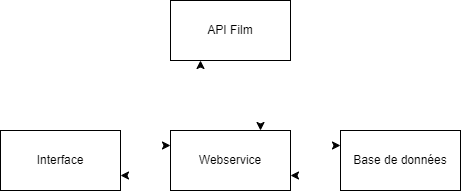
Earlier version of the draw.io export info_projet/schéma_base.drawio.png (AlexandreBidon/demo-projet-info). Source tidied: cells renumbered, new cells last; positions are measured from the earlier drawing's top-left corner, leaving out a move shared by most shapes. Source of this version:
```xml
<mxGraphModel>
  <root>
    <mxCell id="0" />
    <mxCell id="1" parent="0" />
    <mxCell id="2" style="edgeStyle=orthogonalEdgeStyle;rounded=0;jettySize=auto;html=1;exitX=1;exitY=0.25;exitDx=0;exitDy=0;entryX=0;entryY=0.25;entryDx=0;entryDy=0;" parent="1" edge="1" source="3" target="7">
      <mxGeometry relative="1" as="geometry" />
    </mxCell>
    <mxCell id="3" value="Interface" style="rounded=0;whiteSpace=wrap;html=1;" parent="1" vertex="1">
      <mxGeometry y="130" width="120" height="60" as="geometry" />
    </mxCell>
    <mxCell id="4" style="edgeStyle=orthogonalEdgeStyle;rounded=0;jettySize=auto;html=1;exitX=0.25;exitY=0;exitDx=0;exitDy=0;entryX=0.25;entryY=1;entryDx=0;entryDy=0;" parent="1" edge="1" source="7" target="9">
      <mxGeometry relative="1" as="geometry" />
    </mxCell>
    <mxCell id="5" style="edgeStyle=orthogonalEdgeStyle;rounded=0;jettySize=auto;html=1;exitX=0;exitY=0.75;exitDx=0;exitDy=0;entryX=1;entryY=0.75;entryDx=0;entryDy=0;" parent="1" edge="1" source="7" target="3">
      <mxGeometry relative="1" as="geometry" />
    </mxCell>
    <mxCell id="6" style="edgeStyle=orthogonalEdgeStyle;rounded=0;jettySize=auto;html=1;exitX=1;exitY=0.25;exitDx=0;exitDy=0;entryX=0;entryY=0.25;entryDx=0;entryDy=0;" parent="1" edge="1" source="7" target="11">
      <mxGeometry relative="1" as="geometry" />
    </mxCell>
    <mxCell id="7" value="Webservice" style="rounded=0;whiteSpace=wrap;html=1;" parent="1" vertex="1">
      <mxGeometry x="170" y="130" width="120" height="60" as="geometry" />
    </mxCell>
    <mxCell id="8" style="edgeStyle=orthogonalEdgeStyle;rounded=0;jettySize=auto;html=1;exitX=0.75;exitY=1;exitDx=0;exitDy=0;entryX=0.75;entryY=0;entryDx=0;entryDy=0;" parent="1" edge="1" source="9" target="7">
      <mxGeometry relative="1" as="geometry" />
    </mxCell>
    <mxCell id="9" value="API Film" style="rounded=0;whiteSpace=wrap;html=1;" parent="1" vertex="1">
      <mxGeometry x="170" width="120" height="60" as="geometry" />
    </mxCell>
    <mxCell id="10" style="edgeStyle=orthogonalEdgeStyle;rounded=0;jettySize=auto;html=1;exitX=0;exitY=0.75;exitDx=0;exitDy=0;entryX=1;entryY=0.75;entryDx=0;entryDy=0;" parent="1" edge="1" source="11" target="7">
      <mxGeometry relative="1" as="geometry" />
    </mxCell>
    <mxCell id="11" value="Base de données" style="rounded=0;whiteSpace=wrap;html=1;" parent="1" vertex="1">
      <mxGeometry x="340" y="130" width="120" height="60" as="geometry" />
    </mxCell>
  </root>
</mxGraphModel>
```
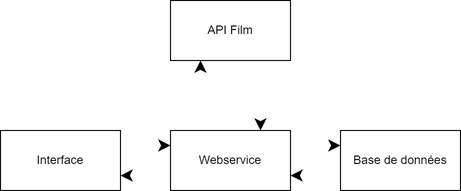
After the change.

Change to the diagram source:
```diff
@@ -2,31 +2,31 @@
   <root>
     <mxCell id="0" />
     <mxCell id="1" parent="0" />
-    <mxCell id="2" style="edgeStyle=orthogonalEdgeStyle;rounded=0;jettySize=auto;html=1;exitX=1;exitY=0.25;exitDx=0;exitDy=0;entryX=0;entryY=0.25;entryDx=0;entryDy=0;" parent="1" edge="1" source="3" target="7">
+    <mxCell id="2" style="edgeStyle=orthogonalEdgeStyle;rounded=0;jettySize=auto;html=1;exitX=1;exitY=0.25;exitDx=0;exitDy=0;entryX=0;entryY=0.25;entryDx=0;entryDy=0;strokeWidth=2;" parent="1" edge="1" source="3" target="7">
       <mxGeometry relative="1" as="geometry" />
     </mxCell>
     <mxCell id="3" value="Interface" style="rounded=0;whiteSpace=wrap;html=1;" parent="1" vertex="1">
       <mxGeometry y="130" width="120" height="60" as="geometry" />
     </mxCell>
-    <mxCell id="4" style="edgeStyle=orthogonalEdgeStyle;rounded=0;jettySize=auto;html=1;exitX=0.25;exitY=0;exitDx=0;exitDy=0;entryX=0.25;entryY=1;entryDx=0;entryDy=0;" parent="1" edge="1" source="7" target="9">
+    <mxCell id="4" style="edgeStyle=orthogonalEdgeStyle;rounded=0;jettySize=auto;html=1;exitX=0.25;exitY=0;exitDx=0;exitDy=0;entryX=0.25;entryY=1;entryDx=0;entryDy=0;strokeWidth=2;" parent="1" edge="1" source="7" target="9">
       <mxGeometry relative="1" as="geometry" />
     </mxCell>
-    <mxCell id="5" style="edgeStyle=orthogonalEdgeStyle;rounded=0;jettySize=auto;html=1;exitX=0;exitY=0.75;exitDx=0;exitDy=0;entryX=1;entryY=0.75;entryDx=0;entryDy=0;" parent="1" edge="1" source="7" target="3">
+    <mxCell id="5" style="edgeStyle=orthogonalEdgeStyle;rounded=0;jettySize=auto;html=1;exitX=0;exitY=0.75;exitDx=0;exitDy=0;entryX=1;entryY=0.75;entryDx=0;entryDy=0;strokeWidth=2;" parent="1" edge="1" source="7" target="3">
       <mxGeometry relative="1" as="geometry" />
     </mxCell>
-    <mxCell id="6" style="edgeStyle=orthogonalEdgeStyle;rounded=0;jettySize=auto;html=1;exitX=1;exitY=0.25;exitDx=0;exitDy=0;entryX=0;entryY=0.25;entryDx=0;entryDy=0;" parent="1" edge="1" source="7" target="11">
+    <mxCell id="6" style="edgeStyle=orthogonalEdgeStyle;rounded=0;jettySize=auto;html=1;exitX=1;exitY=0.25;exitDx=0;exitDy=0;entryX=0;entryY=0.25;entryDx=0;entryDy=0;strokeWidth=2;" parent="1" edge="1" source="7" target="11">
       <mxGeometry relative="1" as="geometry" />
     </mxCell>
     <mxCell id="7" value="Webservice" style="rounded=0;whiteSpace=wrap;html=1;" parent="1" vertex="1">
       <mxGeometry x="170" y="130" width="120" height="60" as="geometry" />
     </mxCell>
-    <mxCell id="8" style="edgeStyle=orthogonalEdgeStyle;rounded=0;jettySize=auto;html=1;exitX=0.75;exitY=1;exitDx=0;exitDy=0;entryX=0.75;entryY=0;entryDx=0;entryDy=0;" parent="1" edge="1" source="9" target="7">
+    <mxCell id="8" style="edgeStyle=orthogonalEdgeStyle;rounded=0;jettySize=auto;html=1;exitX=0.75;exitY=1;exitDx=0;exitDy=0;entryX=0.75;entryY=0;entryDx=0;entryDy=0;strokeWidth=2;" parent="1" edge="1" source="9" target="7">
       <mxGeometry relative="1" as="geometry" />
     </mxCell>
     <mxCell id="9" value="API Film" style="rounded=0;whiteSpace=wrap;html=1;" parent="1" vertex="1">
       <mxGeometry x="170" width="120" height="60" as="geometry" />
     </mxCell>
-    <mxCell id="10" style="edgeStyle=orthogonalEdgeStyle;rounded=0;jettySize=auto;html=1;exitX=0;exitY=0.75;exitDx=0;exitDy=0;entryX=1;entryY=0.75;entryDx=0;entryDy=0;" parent="1" edge="1" source="11" target="7">
+    <mxCell id="10" style="edgeStyle=orthogonalEdgeStyle;rounded=0;jettySize=auto;html=1;exitX=0;exitY=0.75;exitDx=0;exitDy=0;entryX=1;entryY=0.75;entryDx=0;entryDy=0;strokeWidth=2;" parent="1" edge="1" source="11" target="7">
       <mxGeometry relative="1" as="geometry" />
     </mxCell>
     <mxCell id="11" value="Base de données" style="rounded=0;whiteSpace=wrap;html=1;" parent="1" vertex="1">
```
